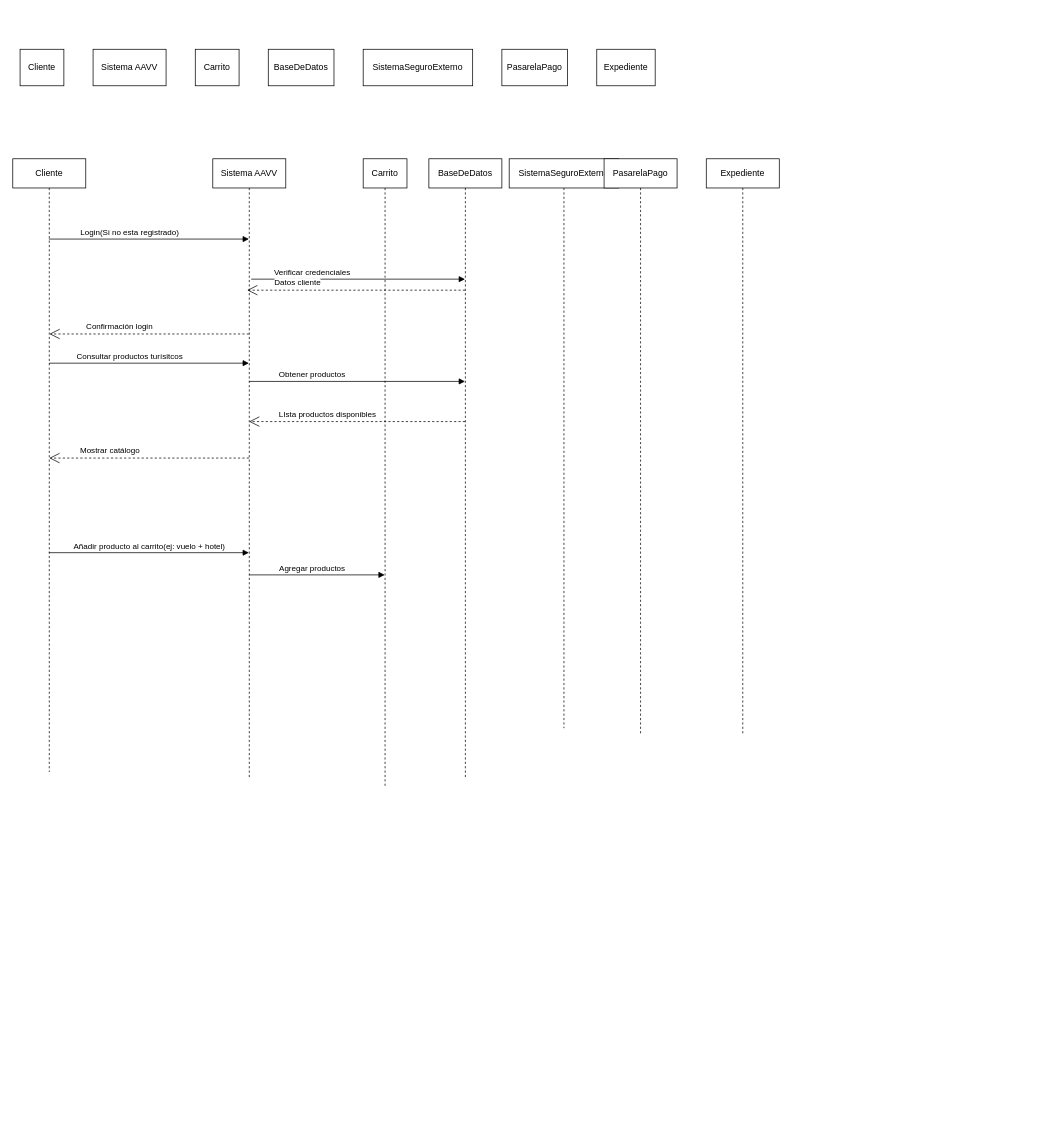
JavierIbarra25/Diseno-Orientado-a-Objetos keeps this draw.io diagram as DiagramaDeSecuencia.drawio. Above is the earlier version. Source tidied: cells renumbered, new cells numbered last; positions are measured from the earlier drawing's top-left corner, leaving out a move shared by most shapes. Both pictures are drawn from the tidied source at 73%, with x=0, y=0 at pixel (12, 49).
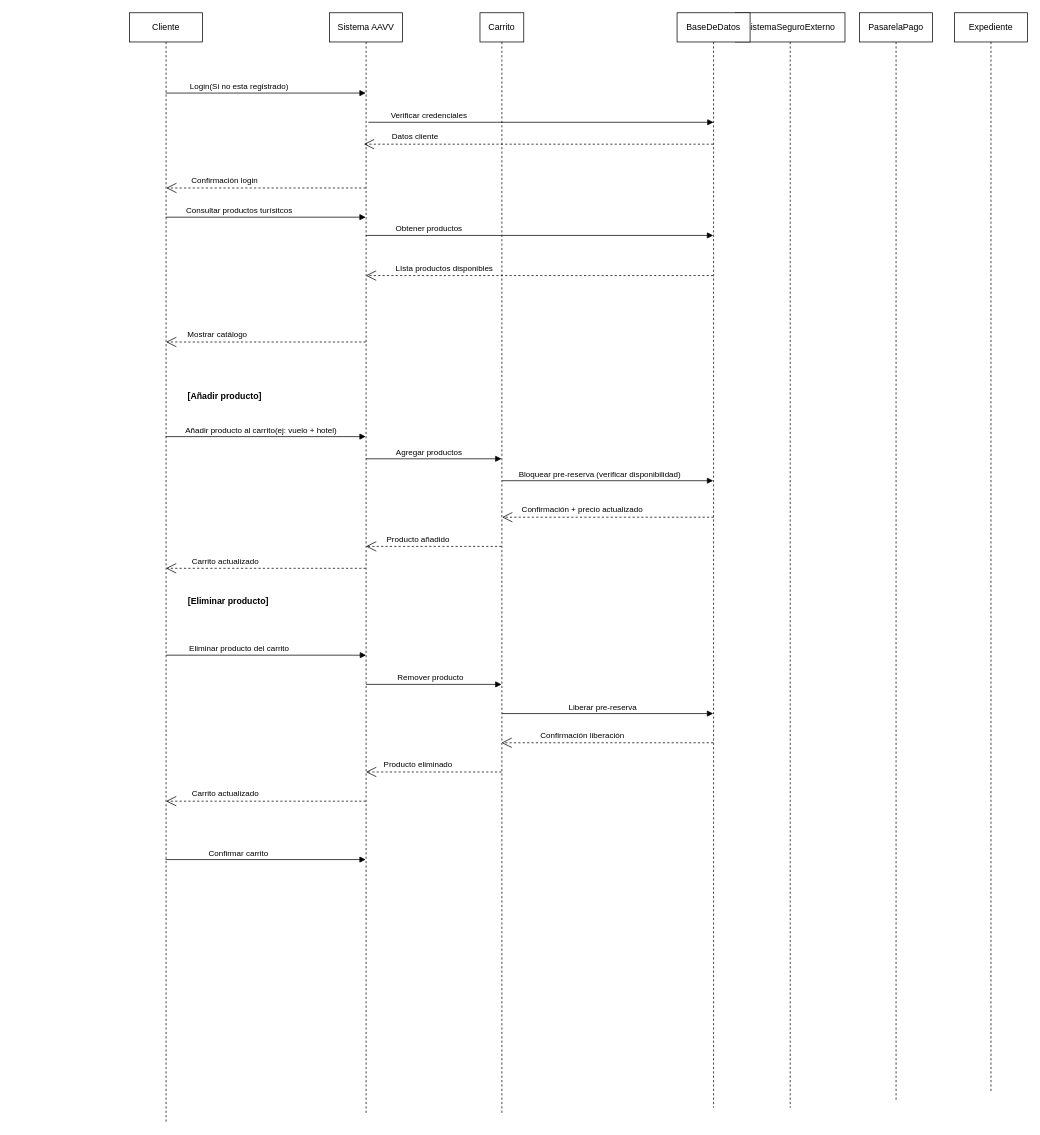
The same page after the edit.

What changed in the source:
```diff
@@
-    <mxCell id="2" value="Sistema AAVV" style="html=1;whiteSpace=wrap;" parent="1" vertex="1">
-      <mxGeometry x="110" width="100" height="50" as="geometry" />
-    </mxCell>
-    <mxCell id="3" value="Carrito" style="html=1;whiteSpace=wrap;" parent="1" vertex="1">
-      <mxGeometry x="250" width="60" height="50" as="geometry" />
-    </mxCell>
-    <mxCell id="4" value="BaseDeDatos" style="html=1;whiteSpace=wrap;" parent="1" vertex="1">
-      <mxGeometry x="350" width="90" height="50" as="geometry" />
-    </mxCell>
-    <mxCell id="5" value="SistemaSeguroExterno" style="html=1;whiteSpace=wrap;" parent="1" vertex="1">
-      <mxGeometry x="480" width="150" height="50" as="geometry" />
-    </mxCell>
-    <mxCell id="6" value="PasarelaPago" style="html=1;whiteSpace=wrap;" parent="1" vertex="1">
-      <mxGeometry x="670" width="90" height="50" as="geometry" />
-    </mxCell>
-    <mxCell id="7" value="Expediente" style="html=1;whiteSpace=wrap;" parent="1" vertex="1">
-      <mxGeometry x="800" width="80" height="50" as="geometry" />
-    </mxCell>
-    <mxCell id="8" value="Cliente" style="html=1;whiteSpace=wrap;" parent="1" vertex="1">
-      <mxGeometry x="10" width="60" height="50" as="geometry" />
-    </mxCell>
     <mxCell id="9" value="Sistema AAVV" style="shape=umlLifeline;perimeter=lifelinePerimeter;whiteSpace=wrap;html=1;outlineConnect=0;portConstraint=eastwest;newEdgeStyle={&quot;curved&quot;:0,&quot;rounded&quot;:0};" parent="1" vertex="1">
-      <mxGeometry x="274" y="150" width="100" height="850" as="geometry" />
+      <mxGeometry x="434" y="-50" width="100" height="1510" as="geometry" />
     </mxCell>
     <mxCell id="10" value="Cliente" style="shape=umlLifeline;perimeter=lifelinePerimeter;whiteSpace=wrap;html=1;newEdgeStyle={&quot;curved&quot;:0,&quot;rounded&quot;:0};" parent="1" vertex="1">
-      <mxGeometry y="150" width="100" height="840" as="geometry" />
+      <mxGeometry x="160" y="-50" width="100" height="1520" as="geometry" />
     </mxCell>
     <mxCell id="11" value="SistemaSeguroExterno" style="shape=umlLifeline;perimeter=lifelinePerimeter;whiteSpace=wrap;html=1;newEdgeStyle={&quot;curved&quot;:0,&quot;rounded&quot;:0};" parent="1" vertex="1">
-      <mxGeometry x="680" y="150" width="150" height="780" as="geometry" />
+      <mxGeometry x="990" y="-50" width="150" height="1500" as="geometry" />
     </mxCell>
     <mxCell id="12" value="BaseDeDatos" style="shape=umlLifeline;perimeter=lifelinePerimeter;whiteSpace=wrap;html=1;outlineConnect=0;portConstraint=eastwest;newEdgeStyle={&quot;curved&quot;:0,&quot;rounded&quot;:0};" parent="1" vertex="1">
-      <mxGeometry x="570" y="150" width="100" height="850" as="geometry" />
+      <mxGeometry x="910" y="-50" width="100" height="1500" as="geometry" />
     </mxCell>
     <mxCell id="13" value="Carrito" style="shape=umlLifeline;perimeter=lifelinePerimeter;whiteSpace=wrap;html=1;outlineConnect=0;portConstraint=eastwest;newEdgeStyle={&quot;curved&quot;:0,&quot;rounded&quot;:0};" parent="1" vertex="1">
-      <mxGeometry x="480" y="150" width="60" height="860" as="geometry" />
+      <mxGeometry x="640" y="-50" width="60" height="1510" as="geometry" />
     </mxCell>
     <mxCell id="14" value="PasarelaPago" style="shape=umlLifeline;perimeter=lifelinePerimeter;whiteSpace=wrap;html=1;newEdgeStyle={&quot;curved&quot;:0,&quot;rounded&quot;:0};" parent="1" vertex="1">
-      <mxGeometry x="810" y="150" width="100" height="790" as="geometry" />
+      <mxGeometry x="1160" y="-50" width="100" height="1490" as="geometry" />
     </mxCell>
     <mxCell id="15" value="Expediente" style="shape=umlLifeline;perimeter=lifelinePerimeter;whiteSpace=wrap;html=1;newEdgeStyle={&quot;curved&quot;:0,&quot;rounded&quot;:0};" parent="1" vertex="1">
-      <mxGeometry x="950" y="150" width="100" height="790" as="geometry" />
+      <mxGeometry x="1290" y="-50" width="100" height="1480" as="geometry" />
     </mxCell>
     <mxCell id="16" value="Login(Si no esta registrado)" style="html=1;verticalAlign=bottom;endArrow=block;curved=0;rounded=0;" parent="1" edge="1" target="9">
-      <mxGeometry x="-0.2" relative="1" as="geometry">
-        <mxPoint x="49.5" y="260" as="sourcePoint" />
+      <mxGeometry x="-0.27" relative="1" as="geometry">
+        <mxPoint x="209.5" y="60" as="sourcePoint" />
       </mxGeometry>
     </mxCell>
-    <mxCell id="17" value="Verificar credenciales" style="html=1;verticalAlign=bottom;endArrow=block;curved=0;rounded=0;exitX=0.526;exitY=0.194;exitDx=0;exitDy=0;exitPerimeter=0;" parent="1" edge="1" source="9" target="12">
-      <mxGeometry x="-0.43" relative="1" as="geometry" />
+    <mxCell id="17" value="Verificar credenciales" style="html=1;verticalAlign=bottom;endArrow=block;curved=0;rounded=0;exitX=0.526;exitY=0.194;exitDx=0;exitDy=0;exitPerimeter=0;" parent="1" edge="1">
+      <mxGeometry x="-0.65" relative="1" as="geometry">
+        <mxPoint x="487.1" y="100" as="sourcePoint" />
+        <mxPoint x="960" y="100" as="targetPoint" />
+      </mxGeometry>
     </mxCell>
     <mxCell id="18" value="Datos cliente" style="endArrow=open;endSize=12;dashed=1;html=1;rounded=0;" parent="1" edge="1" source="12">
-      <mxGeometry x="0.54" y="-10" relative="1" as="geometry">
-        <mxPoint x="321" y="330" as="targetPoint" />
+      <mxGeometry x="0.71" y="-10" relative="1" as="geometry">
+        <mxPoint x="481" y="130" as="targetPoint" />
       </mxGeometry>
     </mxCell>
     <mxCell id="19" value="Confirmación login" style="endArrow=open;endSize=12;dashed=1;html=1;rounded=0;" parent="1" edge="1" source="9">
-      <mxGeometry x="0.3" y="-10" relative="1" as="geometry">
-        <mxPoint x="50.2" y="390" as="targetPoint" />
+      <mxGeometry x="0.42" y="-10" relative="1" as="geometry">
+        <mxPoint x="210.2" y="190" as="targetPoint" />
       </mxGeometry>
     </mxCell>
     <mxCell id="20" value="Consultar productos turísitcos" style="html=1;verticalAlign=bottom;endArrow=block;curved=0;rounded=0;" parent="1" edge="1" target="9">
-      <mxGeometry x="-0.2" relative="1" as="geometry">
-        <mxPoint x="49.7" y="430" as="sourcePoint" />
+      <mxGeometry x="-0.27" relative="1" as="geometry">
+        <mxPoint x="209.7" y="230" as="sourcePoint" />
       </mxGeometry>
     </mxCell>
     <mxCell id="21" value="Obtener productos" style="html=1;verticalAlign=bottom;endArrow=block;curved=0;rounded=0;" parent="1" edge="1" target="12">
-      <mxGeometry x="-0.42" relative="1" as="geometry">
-        <mxPoint x="323.7" y="455" as="sourcePoint" />
+      <mxGeometry x="-0.64" relative="1" as="geometry">
+        <mxPoint x="483.7" y="255" as="sourcePoint" />
       </mxGeometry>
     </mxCell>
     <mxCell id="22" value="LIsta productos disponibles" style="endArrow=open;endSize=12;dashed=1;html=1;rounded=0;" parent="1" edge="1" source="12">
-      <mxGeometry x="0.28" y="-10" relative="1" as="geometry">
-        <mxPoint x="323.7" y="510" as="targetPoint" />
+      <mxGeometry x="0.55" y="-10" relative="1" as="geometry">
+        <mxPoint x="483.7" y="310" as="targetPoint" />
       </mxGeometry>
     </mxCell>
-    <mxCell id="23" value="Mostrar catálogo" style="endArrow=open;endSize=12;dashed=1;html=1;rounded=0;" parent="1" edge="1" source="9">
-      <mxGeometry x="0.4" y="-10" relative="1" as="geometry">
-        <mxPoint x="50" y="560" as="targetPoint" />
+    <mxCell id="23" value="Mostrar catálogo" style="endArrow=open;endSize=12;dashed=1;html=1;rounded=0;" parent="1" edge="1">
+      <mxGeometry x="0.49" y="-10" relative="1" as="geometry">
+        <mxPoint x="483.5" y="401" as="sourcePoint" />
+        <mxPoint x="210" y="401" as="targetPoint" />
       </mxGeometry>
     </mxCell>
-    <mxCell id="24" value="Añadir producto al carrito(ej: vuelo + hotel)" style="html=1;verticalAlign=bottom;endArrow=block;curved=0;rounded=0;" parent="1" edge="1" target="9">
-      <mxGeometry relative="1" as="geometry">
-        <mxPoint x="49.5" y="689.6" as="sourcePoint" />
+    <mxCell id="24" value="Añadir producto al carrito(ej: vuelo + hotel)" style="html=1;verticalAlign=bottom;endArrow=block;curved=0;rounded=0;" parent="1" edge="1">
+      <mxGeometry x="-0.05" relative="1" as="geometry">
+        <mxPoint x="209.5" y="530.6" as="sourcePoint" />
+        <mxPoint x="483.5" y="530.6" as="targetPoint" />
       </mxGeometry>
     </mxCell>
-    <mxCell id="25" value="Agregar productos" style="html=1;verticalAlign=bottom;endArrow=block;curved=0;rounded=0;" parent="1" edge="1" target="13">
+    <mxCell id="25" value="Agregar productos" style="html=1;verticalAlign=bottom;endArrow=block;curved=0;rounded=0;" parent="1" edge="1">
       <mxGeometry x="-0.07" relative="1" as="geometry">
-        <mxPoint x="323.8" y="720" as="sourcePoint" />
+        <mxPoint x="483.8" y="561" as="sourcePoint" />
+        <mxPoint x="669.5" y="561" as="targetPoint" />
       </mxGeometry>
     </mxCell>
+    <mxCell id="26" value="Bloquear pre-reserva (verificar disponibilidad)" style="html=1;verticalAlign=bottom;endArrow=block;curved=0;rounded=0;" parent="1" edge="1">
+      <mxGeometry x="-0.07" relative="1" as="geometry">
+        <mxPoint x="670.4" y="591" as="sourcePoint" />
+        <mxPoint x="959.5" y="591" as="targetPoint" />
+      </mxGeometry>
+    </mxCell>
+    <mxCell id="27" value="Confirmación + precio actualizado" style="endArrow=open;endSize=12;dashed=1;html=1;rounded=0;" parent="1" edge="1">
+      <mxGeometry x="0.24" y="-10" relative="1" as="geometry">
+        <mxPoint x="960" y="641" as="sourcePoint" />
+        <mxPoint x="670.3" y="641" as="targetPoint" />
+      </mxGeometry>
+    </mxCell>
+    <mxCell id="28" value="Producto añadido" style="endArrow=open;endSize=12;dashed=1;html=1;rounded=0;" parent="1" edge="1">
+      <mxGeometry x="0.24" y="-10" relative="1" as="geometry">
+        <mxPoint x="669.5" y="681" as="sourcePoint" />
+        <mxPoint x="483.8" y="681" as="targetPoint" />
+      </mxGeometry>
+    </mxCell>
+    <mxCell id="29" value="Carrito actualizado" style="endArrow=open;endSize=12;dashed=1;html=1;rounded=0;" parent="1" edge="1">
+      <mxGeometry x="0.41" y="-10" relative="1" as="geometry">
+        <mxPoint x="483.5" y="711" as="sourcePoint" />
+        <mxPoint x="209.8" y="711" as="targetPoint" />
+      </mxGeometry>
+    </mxCell>
+    <mxCell id="30" value="[Eliminar producto]" style="text;align=center;fontStyle=1;verticalAlign=middle;spacingLeft=3;spacingRight=3;strokeColor=none;html=1;" parent="1" vertex="1">
+      <mxGeometry x="235" y="743" width="120" height="26" as="geometry" />
+    </mxCell>
+    <mxCell id="31" value="[Añadir producto]" style="text;align=center;fontStyle=1;verticalAlign=middle;spacingLeft=3;spacingRight=3;strokeColor=none;html=1;" parent="1" vertex="1">
+      <mxGeometry x="230" y="463" width="120" height="26" as="geometry" />
+    </mxCell>
+    <mxCell id="32" value="Eliminar producto del carrito" style="html=1;verticalAlign=bottom;endArrow=block;curved=0;rounded=0;" parent="1" edge="1">
+      <mxGeometry x="-0.27" relative="1" as="geometry">
+        <mxPoint x="210" y="830" as="sourcePoint" />
+        <mxPoint x="484" y="830" as="targetPoint" />
+      </mxGeometry>
+    </mxCell>
+    <mxCell id="33" value="Remover producto" style="html=1;verticalAlign=bottom;endArrow=block;curved=0;rounded=0;" parent="1" edge="1">
+      <mxGeometry x="-0.05" relative="1" as="geometry">
+        <mxPoint x="483.9" y="870" as="sourcePoint" />
+        <mxPoint x="669.5" y="870" as="targetPoint" />
+      </mxGeometry>
+    </mxCell>
+    <mxCell id="34" value="Liberar pre-reserva" style="html=1;verticalAlign=bottom;endArrow=block;curved=0;rounded=0;" parent="1" edge="1" target="12">
+      <mxGeometry x="-0.05" relative="1" as="geometry">
+        <mxPoint x="670" y="910" as="sourcePoint" />
+      </mxGeometry>
+    </mxCell>
+    <mxCell id="35" value="Confirmación liberación" style="endArrow=open;endSize=12;dashed=1;html=1;rounded=0;" parent="1" edge="1" target="13">
+      <mxGeometry x="0.24" y="-10" relative="1" as="geometry">
+        <mxPoint x="959.5" y="950" as="sourcePoint" />
+      </mxGeometry>
+    </mxCell>
+    <mxCell id="36" value="Producto eliminado" style="endArrow=open;endSize=12;dashed=1;html=1;rounded=0;" parent="1" edge="1">
+      <mxGeometry x="0.24" y="-10" relative="1" as="geometry">
+        <mxPoint x="669.5" y="990" as="sourcePoint" />
+        <mxPoint x="483.9" y="990" as="targetPoint" />
+      </mxGeometry>
+    </mxCell>
+    <mxCell id="37" value="Carrito actualizado" style="endArrow=open;endSize=12;dashed=1;html=1;rounded=0;" parent="1" edge="1">
+      <mxGeometry x="0.41" y="-10" relative="1" as="geometry">
+        <mxPoint x="483.5" y="1030" as="sourcePoint" />
+        <mxPoint x="209.9" y="1030" as="targetPoint" />
+      </mxGeometry>
+    </mxCell>
+    <mxCell id="38" value="Confirmar carrito" style="html=1;verticalAlign=bottom;endArrow=block;curved=0;rounded=0;" parent="1" edge="1">
+      <mxGeometry x="-0.27" relative="1" as="geometry">
+        <mxPoint x="209.2" y="1110" as="sourcePoint" />
+        <mxPoint x="483.5" y="1110" as="targetPoint" />
+      </mxGeometry>
+    </mxCell>
```
